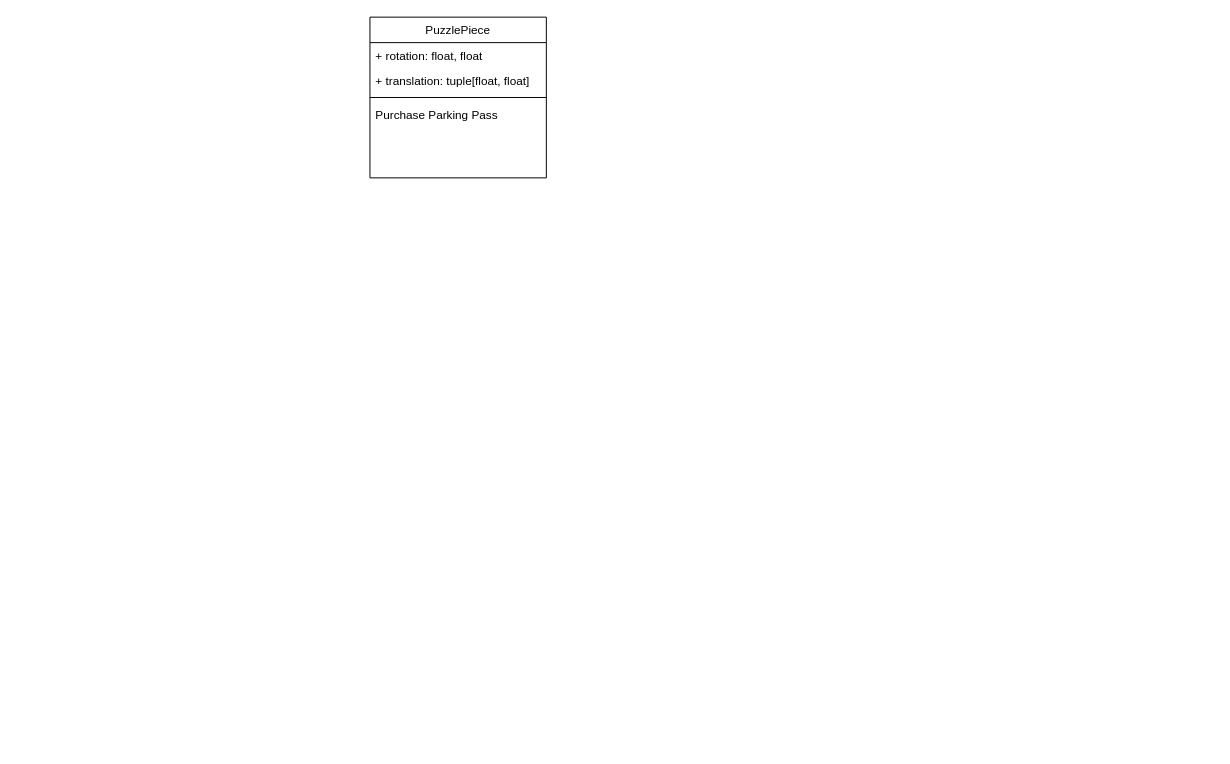
This is diagrams/PuzzlePieceClassDiagram.drawio from pren-puzzle-robot/simulator, a draw.io file, before an edit. Source tidied: cells renumbered, new cells numbered last; positions are measured from the earlier drawing's top-left corner, leaving out a move shared by most shapes. Both pictures are drawn from the tidied source at 98%, with x=0, y=0 at pixel (369, 17).
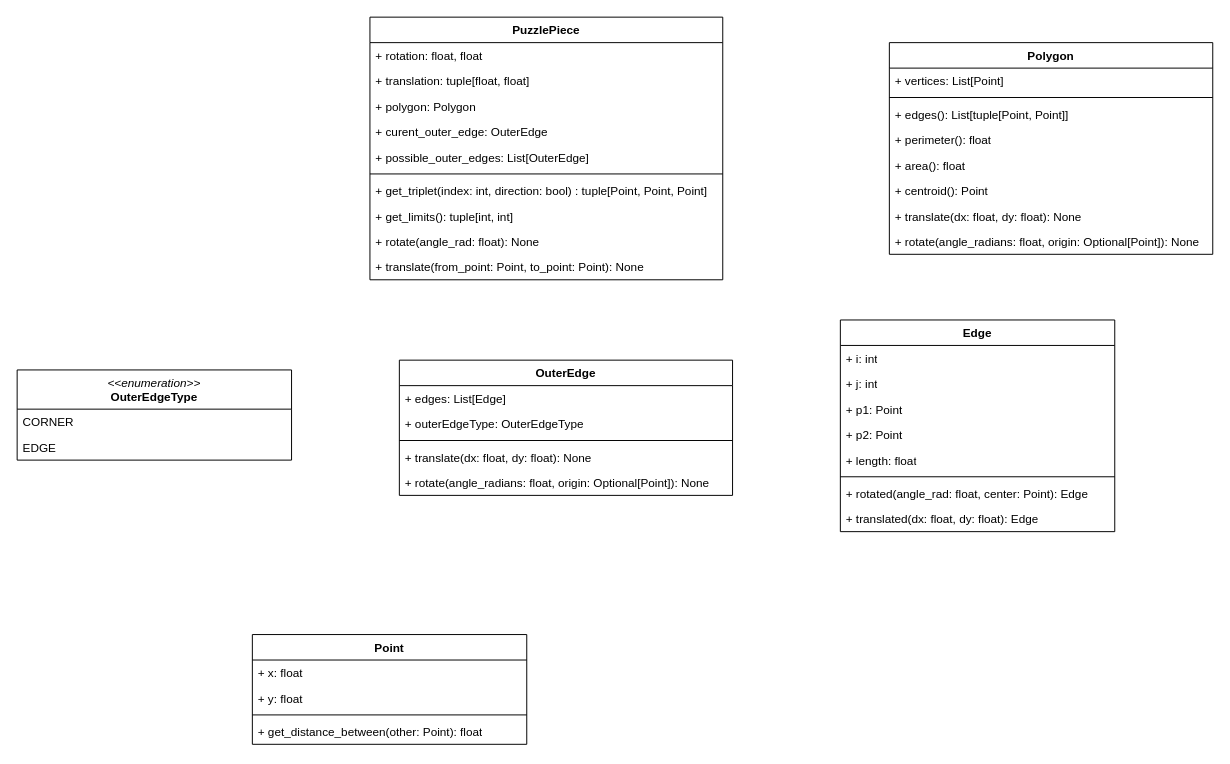
The same page after the edit.

Commit message (it also covers changes not shown here):
Added first class diagram

Diff of the diagram source:
```diff
@@
-    <mxCell id="2" value="PuzzlePiece" style="swimlane;fontStyle=0;align=center;verticalAlign=top;horizontal=1;startSize=26;rounded=0;shadow=0;strokeWidth=1;" parent="1" vertex="1">
-      <mxGeometry width="180" height="164" as="geometry" />
+    <mxCell id="2" value="PuzzlePiece" style="swimlane;fontStyle=1;align=center;verticalAlign=top;horizontal=1;startSize=26;rounded=0;shadow=0;strokeWidth=1;" parent="1" vertex="1">
+      <mxGeometry width="360" height="268" as="geometry" />
     </mxCell>
     <mxCell id="3" value="+ rotation: float, float" style="text;align=left;verticalAlign=top;spacingLeft=4;spacingRight=4;overflow=hidden;" parent="2" vertex="1">
-      <mxGeometry y="26" width="180" height="26" as="geometry" />
+      <mxGeometry y="26" width="360" height="26" as="geometry" />
     </mxCell>
     <mxCell id="4" value="+ translation: tuple[float, float]" style="text;align=left;verticalAlign=top;spacingLeft=4;spacingRight=4;overflow=hidden;" parent="2" vertex="1">
-      <mxGeometry y="52" width="180" height="26" as="geometry" />
+      <mxGeometry y="52" width="360" height="26" as="geometry" />
     </mxCell>
+    <mxCell id="7" value="+ polygon: Polygon" style="text;align=left;verticalAlign=top;spacingLeft=4;spacingRight=4;overflow=hidden;" parent="2" vertex="1">
+      <mxGeometry y="78" width="360" height="26" as="geometry" />
+    </mxCell>
+    <mxCell id="8" value="+ curent_outer_edge: OuterEdge" style="text;align=left;verticalAlign=top;spacingLeft=4;spacingRight=4;overflow=hidden;" parent="2" vertex="1">
+      <mxGeometry y="104" width="360" height="26" as="geometry" />
+    </mxCell>
+    <mxCell id="9" value="+ possible_outer_edges: List[OuterEdge] " style="text;align=left;verticalAlign=top;spacingLeft=4;spacingRight=4;overflow=hidden;" parent="2" vertex="1">
+      <mxGeometry y="130" width="360" height="26" as="geometry" />
+    </mxCell>
     <mxCell id="5" style="line;html=1;strokeWidth=1;align=left;verticalAlign=middle;spacingTop=-1;spacingLeft=3;spacingRight=3;labelPosition=right;" parent="2" vertex="1">
-      <mxGeometry y="78" width="180" height="8" as="geometry" />
+      <mxGeometry y="156" width="360" height="8" as="geometry" />
     </mxCell>
-    <mxCell id="6" value="Purchase Parking Pass" style="text;align=left;verticalAlign=top;spacingLeft=4;spacingRight=4;overflow=hidden;" parent="2" vertex="1">
-      <mxGeometry y="86" width="180" height="26" as="geometry" />
+    <mxCell id="6" value="+ get_triplet(index: int, direction: bool) : tuple[Point, Point, Point]" style="text;align=left;verticalAlign=top;spacingLeft=4;spacingRight=4;overflow=hidden;" parent="2" vertex="1">
+      <mxGeometry y="164" width="360" height="26" as="geometry" />
     </mxCell>
+    <mxCell id="10" value="+ get_limits(): tuple[int, int]" style="text;align=left;verticalAlign=top;spacingLeft=4;spacingRight=4;overflow=hidden;" parent="2" vertex="1">
+      <mxGeometry y="190" width="360" height="26" as="geometry" />
+    </mxCell>
+    <mxCell id="11" value="+ rotate(angle_rad: float): None" style="text;align=left;verticalAlign=top;spacingLeft=4;spacingRight=4;overflow=hidden;" parent="2" vertex="1">
+      <mxGeometry y="216" width="360" height="26" as="geometry" />
+    </mxCell>
+    <mxCell id="12" value="+ translate(from_point: Point, to_point: Point): None" style="text;align=left;verticalAlign=top;spacingLeft=4;spacingRight=4;overflow=hidden;" parent="2" vertex="1">
+      <mxGeometry y="242" width="360" height="26" as="geometry" />
+    </mxCell>
+    <mxCell id="13" value="Point" style="swimlane;fontStyle=1;align=center;verticalAlign=top;horizontal=1;startSize=26;whiteSpace=wrap;html=1;" parent="1" vertex="1">
+      <mxGeometry x="-120" y="630" width="280" height="112" as="geometry" />
+    </mxCell>
+    <mxCell id="14" value="+ x: float" style="text;strokeColor=none;fillColor=none;align=left;verticalAlign=top;spacingLeft=4;spacingRight=4;overflow=hidden;whiteSpace=wrap;html=1;" parent="13" vertex="1">
+      <mxGeometry y="26" width="280" height="26" as="geometry" />
+    </mxCell>
+    <mxCell id="15" value="+ y: float" style="text;strokeColor=none;fillColor=none;align=left;verticalAlign=top;spacingLeft=4;spacingRight=4;overflow=hidden;whiteSpace=wrap;html=1;" parent="13" vertex="1">
+      <mxGeometry y="52" width="280" height="26" as="geometry" />
+    </mxCell>
+    <mxCell id="16" style="line;strokeWidth=1;fillColor=none;align=left;verticalAlign=middle;spacingTop=-1;spacingLeft=3;spacingRight=3;labelPosition=right;strokeColor=inherit;" parent="13" vertex="1">
+      <mxGeometry y="78" width="280" height="8" as="geometry" />
+    </mxCell>
+    <mxCell id="17" value="+ get_distance_between(other: Point): float" style="text;strokeColor=none;fillColor=none;align=left;verticalAlign=top;spacingLeft=4;spacingRight=4;overflow=hidden;whiteSpace=wrap;html=1;" parent="13" vertex="1">
+      <mxGeometry y="86" width="280" height="26" as="geometry" />
+    </mxCell>
+    <mxCell id="18" value="Polygon" style="swimlane;fontStyle=1;align=center;verticalAlign=top;horizontal=1;startSize=26;whiteSpace=wrap;html=1;" parent="1" vertex="1">
+      <mxGeometry x="530" y="26" width="330" height="216" as="geometry" />
+    </mxCell>
+    <mxCell id="19" value="+ vertices: List[Point]" style="text;strokeColor=none;fillColor=none;align=left;verticalAlign=top;spacingLeft=4;spacingRight=4;overflow=hidden;whiteSpace=wrap;html=1;" parent="18" vertex="1">
+      <mxGeometry y="26" width="330" height="26" as="geometry" />
+    </mxCell>
+    <mxCell id="20" style="line;strokeWidth=1;fillColor=none;align=left;verticalAlign=middle;spacingTop=-1;spacingLeft=3;spacingRight=3;labelPosition=right;strokeColor=inherit;" parent="18" vertex="1">
+      <mxGeometry y="52" width="330" height="8" as="geometry" />
+    </mxCell>
+    <mxCell id="21" value="+ edges(): List[tuple[Point, Point]]" style="text;strokeColor=none;fillColor=none;align=left;verticalAlign=top;spacingLeft=4;spacingRight=4;overflow=hidden;whiteSpace=wrap;html=1;" parent="18" vertex="1">
+      <mxGeometry y="60" width="330" height="26" as="geometry" />
+    </mxCell>
+    <mxCell id="22" value="+ perimeter(): float" style="text;strokeColor=none;fillColor=none;align=left;verticalAlign=top;spacingLeft=4;spacingRight=4;overflow=hidden;whiteSpace=wrap;html=1;" parent="18" vertex="1">
+      <mxGeometry y="86" width="330" height="26" as="geometry" />
+    </mxCell>
+    <mxCell id="23" value="+ area(): float" style="text;strokeColor=none;fillColor=none;align=left;verticalAlign=top;spacingLeft=4;spacingRight=4;overflow=hidden;whiteSpace=wrap;html=1;" parent="18" vertex="1">
+      <mxGeometry y="112" width="330" height="26" as="geometry" />
+    </mxCell>
+    <mxCell id="24" value="+ centroid(): Point" style="text;strokeColor=none;fillColor=none;align=left;verticalAlign=top;spacingLeft=4;spacingRight=4;overflow=hidden;whiteSpace=wrap;html=1;" parent="18" vertex="1">
+      <mxGeometry y="138" width="330" height="26" as="geometry" />
+    </mxCell>
+    <mxCell id="25" value="+ translate(&lt;span style=&quot;color: rgb(0, 0, 0);&quot;&gt;dx: float, dy: float&lt;/span&gt;): None" style="text;strokeColor=none;fillColor=none;align=left;verticalAlign=top;spacingLeft=4;spacingRight=4;overflow=hidden;whiteSpace=wrap;html=1;" parent="18" vertex="1">
+      <mxGeometry y="164" width="330" height="26" as="geometry" />
+    </mxCell>
+    <mxCell id="26" value="+ rotate(angle_radians: float, origin: Optional[Point]): None" style="text;strokeColor=none;fillColor=none;align=left;verticalAlign=top;spacingLeft=4;spacingRight=4;overflow=hidden;whiteSpace=wrap;html=1;" parent="18" vertex="1">
+      <mxGeometry y="190" width="330" height="26" as="geometry" />
+    </mxCell>
+    <mxCell id="27" value="Edge" style="swimlane;fontStyle=1;align=center;verticalAlign=top;horizontal=1;startSize=26;whiteSpace=wrap;html=1;" parent="1" vertex="1">
+      <mxGeometry x="480" y="309" width="280" height="216" as="geometry" />
+    </mxCell>
+    <mxCell id="28" value="+ i: int" style="text;strokeColor=none;fillColor=none;align=left;verticalAlign=top;spacingLeft=4;spacingRight=4;overflow=hidden;whiteSpace=wrap;html=1;" parent="27" vertex="1">
+      <mxGeometry y="26" width="280" height="26" as="geometry" />
+    </mxCell>
+    <mxCell id="29" value="+ j: int" style="text;strokeColor=none;fillColor=none;align=left;verticalAlign=top;spacingLeft=4;spacingRight=4;overflow=hidden;whiteSpace=wrap;html=1;" parent="27" vertex="1">
+      <mxGeometry y="52" width="280" height="26" as="geometry" />
+    </mxCell>
+    <mxCell id="30" value="+ p1: Point" style="text;strokeColor=none;fillColor=none;align=left;verticalAlign=top;spacingLeft=4;spacingRight=4;overflow=hidden;whiteSpace=wrap;html=1;" parent="27" vertex="1">
+      <mxGeometry y="78" width="280" height="26" as="geometry" />
+    </mxCell>
+    <mxCell id="31" value="+ p2: Point" style="text;strokeColor=none;fillColor=none;align=left;verticalAlign=top;spacingLeft=4;spacingRight=4;overflow=hidden;whiteSpace=wrap;html=1;" parent="27" vertex="1">
+      <mxGeometry y="104" width="280" height="26" as="geometry" />
+    </mxCell>
+    <mxCell id="32" value="+ length: float" style="text;strokeColor=none;fillColor=none;align=left;verticalAlign=top;spacingLeft=4;spacingRight=4;overflow=hidden;whiteSpace=wrap;html=1;" parent="27" vertex="1">
+      <mxGeometry y="130" width="280" height="26" as="geometry" />
+    </mxCell>
+    <mxCell id="33" style="line;strokeWidth=1;fillColor=none;align=left;verticalAlign=middle;spacingTop=-1;spacingLeft=3;spacingRight=3;labelPosition=right;strokeColor=inherit;" parent="27" vertex="1">
+      <mxGeometry y="156" width="280" height="8" as="geometry" />
+    </mxCell>
+    <mxCell id="34" value="+ rotated(angle_rad: float, center: Point): Edge" style="text;strokeColor=none;fillColor=none;align=left;verticalAlign=top;spacingLeft=4;spacingRight=4;overflow=hidden;whiteSpace=wrap;html=1;" parent="27" vertex="1">
+      <mxGeometry y="164" width="280" height="26" as="geometry" />
+    </mxCell>
+    <mxCell id="35" value="+ translated(dx: float, dy: float): Edge" style="text;strokeColor=none;fillColor=none;align=left;verticalAlign=top;spacingLeft=4;spacingRight=4;overflow=hidden;whiteSpace=wrap;html=1;" parent="27" vertex="1">
+      <mxGeometry y="190" width="280" height="26" as="geometry" />
+    </mxCell>
+    <mxCell id="36" value="OuterEdge" style="swimlane;fontStyle=1;align=center;verticalAlign=top;horizontal=1;startSize=26;whiteSpace=wrap;html=1;" parent="1" vertex="1">
+      <mxGeometry x="30" y="350" width="340" height="138" as="geometry" />
+    </mxCell>
+    <mxCell id="37" value="+ edges: List[Edge]" style="text;strokeColor=none;fillColor=none;align=left;verticalAlign=top;spacingLeft=4;spacingRight=4;overflow=hidden;whiteSpace=wrap;html=1;" parent="36" vertex="1">
+      <mxGeometry y="26" width="340" height="26" as="geometry" />
+    </mxCell>
+    <mxCell id="38" value="+ outerEdgeType: OuterEdgeType" style="text;strokeColor=none;fillColor=none;align=left;verticalAlign=top;spacingLeft=4;spacingRight=4;overflow=hidden;whiteSpace=wrap;html=1;" parent="36" vertex="1">
+      <mxGeometry y="52" width="340" height="26" as="geometry" />
+    </mxCell>
+    <mxCell id="39" style="line;strokeWidth=1;fillColor=none;align=left;verticalAlign=middle;spacingTop=-1;spacingLeft=3;spacingRight=3;labelPosition=right;strokeColor=inherit;" parent="36" vertex="1">
+      <mxGeometry y="78" width="340" height="8" as="geometry" />
+    </mxCell>
+    <mxCell id="40" value="+ translate(&lt;span style=&quot;color: rgb(0, 0, 0);&quot;&gt;dx: float, dy: float&lt;/span&gt;): None" style="text;strokeColor=none;fillColor=none;align=left;verticalAlign=top;spacingLeft=4;spacingRight=4;overflow=hidden;whiteSpace=wrap;html=1;" parent="36" vertex="1">
+      <mxGeometry y="86" width="340" height="26" as="geometry" />
+    </mxCell>
+    <mxCell id="41" value="+ rotate(angle_radians: float, origin: Optional[Point]): None" style="text;strokeColor=none;fillColor=none;align=left;verticalAlign=top;spacingLeft=4;spacingRight=4;overflow=hidden;whiteSpace=wrap;html=1;" parent="36" vertex="1">
+      <mxGeometry y="112" width="340" height="26" as="geometry" />
+    </mxCell>
+    <mxCell id="42" value="&lt;span style=&quot;font-weight: normal;&quot;&gt;&lt;i&gt;&amp;lt;&amp;lt;enumeration&amp;gt;&amp;gt;&lt;/i&gt;&lt;/span&gt;&lt;br&gt;OuterEdgeType" style="swimlane;fontStyle=1;align=center;verticalAlign=top;horizontal=1;startSize=40;whiteSpace=wrap;html=1;" parent="1" vertex="1">
+      <mxGeometry x="-360" y="360" width="280" height="92" as="geometry" />
+    </mxCell>
+    <mxCell id="43" value="CORNER" style="text;strokeColor=none;fillColor=none;align=left;verticalAlign=top;spacingLeft=4;spacingRight=4;overflow=hidden;whiteSpace=wrap;html=1;" parent="42" vertex="1">
+      <mxGeometry y="40" width="280" height="26" as="geometry" />
+    </mxCell>
+    <mxCell id="44" value="EDGE" style="text;strokeColor=none;fillColor=none;align=left;verticalAlign=top;spacingLeft=4;spacingRight=4;overflow=hidden;whiteSpace=wrap;html=1;" parent="42" vertex="1">
+      <mxGeometry y="66" width="280" height="26" as="geometry" />
+    </mxCell>
```
